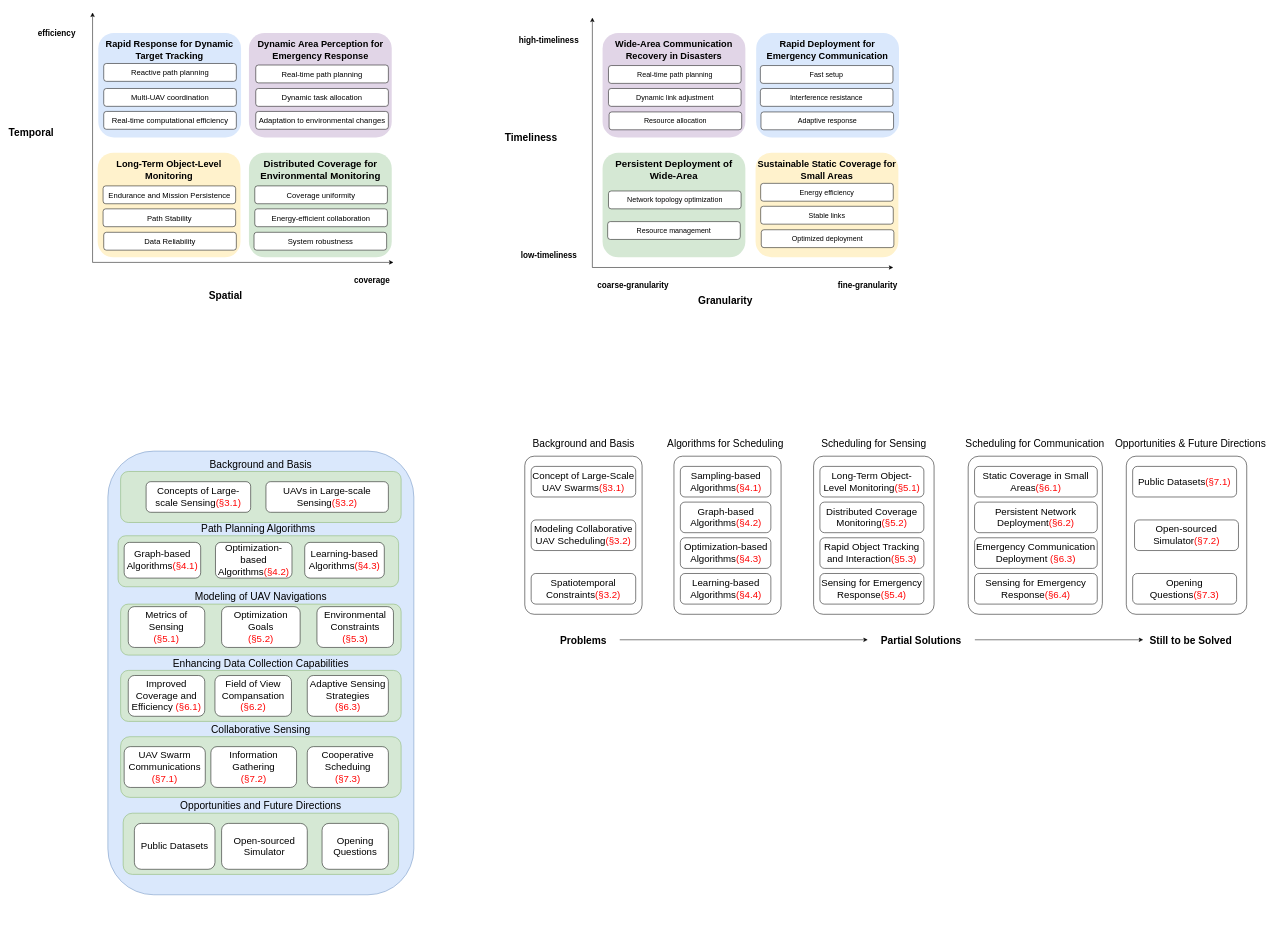
This is survey_uav.drawio from nighood/Diagrams, a draw.io file, before an edit. Source tidied: cells renumbered, new cells numbered last; positions are measured from the earlier drawing's top-left corner, leaving out a move shared by most shapes. Both pictures are drawn from the tidied source at 51%, with x=0, y=0 at pixel (16, 12).
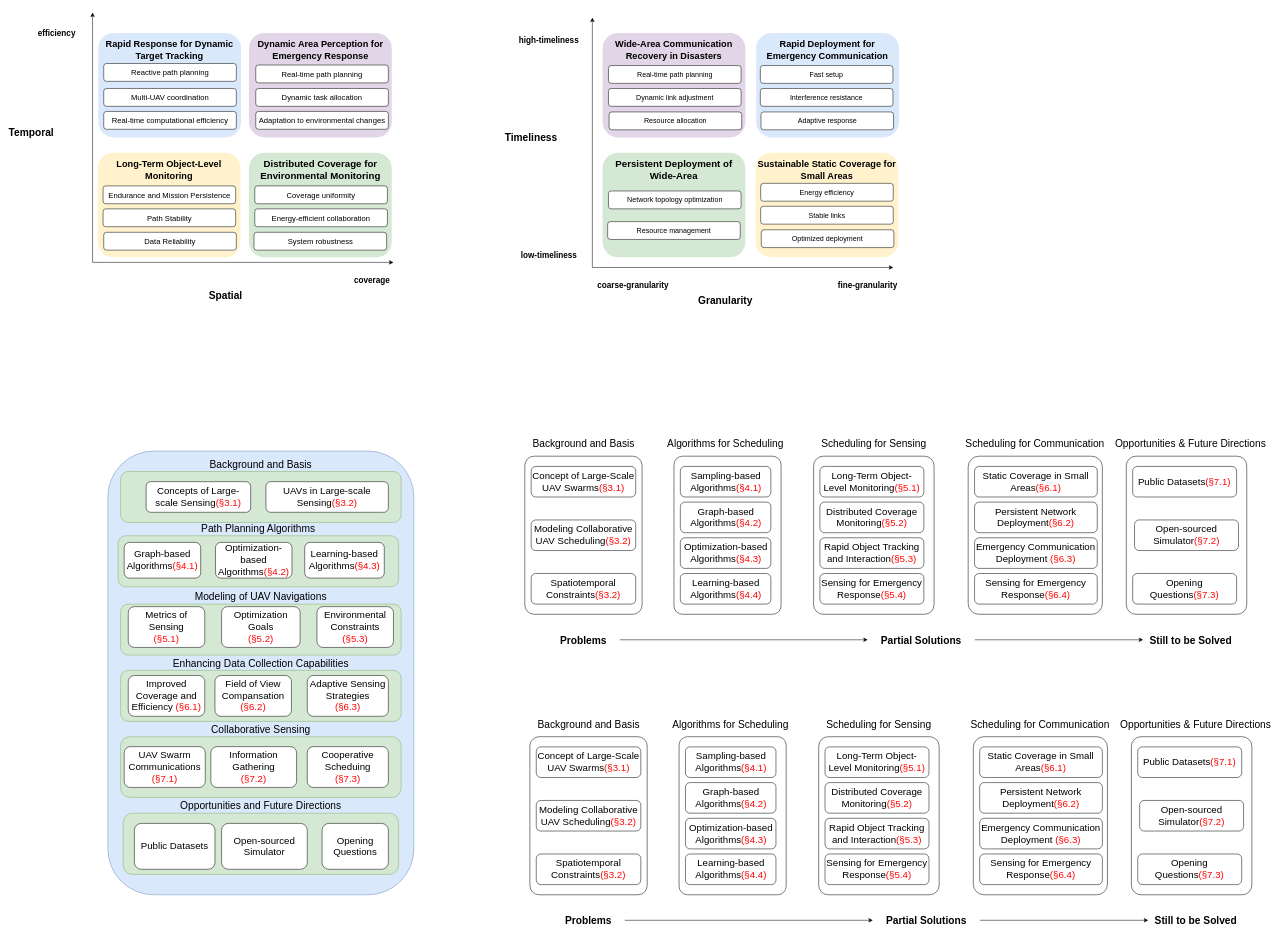
Above is the later version.

Diff of the diagram source:
```diff
@@
+    <mxCell id="104" style="rounded=1;whiteSpace=wrap;html=1;glass=0;arcSize=8;" parent="1" vertex="1">
+      <mxGeometry x="1007.5" y="1420" width="230" height="310" as="geometry" />
+    </mxCell>
+    <mxCell id="105" value="Concept of Large-Scale UAV Swarms&lt;font color=&quot;#ff0000&quot;&gt;(§3.1)&lt;/font&gt;" style="rounded=1;whiteSpace=wrap;html=1;fontSize=19;" parent="1" vertex="1">
+      <mxGeometry x="1020" y="1440" width="205" height="60" as="geometry" />
+    </mxCell>
+    <mxCell id="106" value="Modeling Collaborative UAV Scheduling&lt;font color=&quot;#ff0000&quot;&gt;(§3.2)&lt;/font&gt;" style="rounded=1;whiteSpace=wrap;html=1;fontSize=19;" parent="1" vertex="1">
+      <mxGeometry x="1020" y="1545" width="205" height="60" as="geometry" />
+    </mxCell>
+    <mxCell id="107" value="Spatiotemporal Constraints&lt;font color=&quot;#ff0000&quot;&gt;(§3.2)&lt;/font&gt;" style="rounded=1;whiteSpace=wrap;html=1;fontSize=19;" parent="1" vertex="1">
+      <mxGeometry x="1020" y="1650" width="205" height="60" as="geometry" />
+    </mxCell>
+    <mxCell id="108" value="&lt;span style=&quot;font-size: 20px;&quot;&gt;Background and Basis&lt;/span&gt;" style="text;html=1;align=center;verticalAlign=middle;whiteSpace=wrap;rounded=0;" parent="1" vertex="1">
+      <mxGeometry x="997.5" y="1380" width="250" height="30" as="geometry" />
+    </mxCell>
+    <mxCell id="109" style="rounded=1;whiteSpace=wrap;html=1;glass=0;arcSize=8;" parent="1" vertex="1">
+      <mxGeometry x="1300" y="1420" width="210" height="310" as="geometry" />
+    </mxCell>
+    <mxCell id="110" value="Sampling-based Algorithms&lt;font color=&quot;#ff0000&quot;&gt;(§4.1)&lt;/font&gt;" style="rounded=1;whiteSpace=wrap;html=1;fontSize=19;" parent="1" vertex="1">
+      <mxGeometry x="1312.5" y="1440" width="177.5" height="60" as="geometry" />
+    </mxCell>
+    <mxCell id="111" value="Graph-based Algorithms&lt;font color=&quot;#ff0000&quot;&gt;(§4.2)&lt;/font&gt;" style="rounded=1;whiteSpace=wrap;html=1;fontSize=19;" parent="1" vertex="1">
+      <mxGeometry x="1312.5" y="1510" width="177.5" height="60" as="geometry" />
+    </mxCell>
+    <mxCell id="112" value="Optimization-based Algorithms&lt;font color=&quot;#ff0000&quot;&gt;(§4.3)&lt;/font&gt;" style="rounded=1;whiteSpace=wrap;html=1;fontSize=19;" parent="1" vertex="1">
+      <mxGeometry x="1312.5" y="1580" width="177.5" height="60" as="geometry" />
+    </mxCell>
+    <mxCell id="113" value="&lt;span style=&quot;font-size: 20px;&quot;&gt;Algorithms for Scheduling&lt;/span&gt;" style="text;html=1;align=center;verticalAlign=middle;whiteSpace=wrap;rounded=0;" parent="1" vertex="1">
+      <mxGeometry x="1276.2" y="1380" width="250" height="30" as="geometry" />
+    </mxCell>
+    <mxCell id="114" value="Learning-based Algorithms&lt;font color=&quot;#ff0000&quot;&gt;(§4.4)&lt;/font&gt;" style="rounded=1;whiteSpace=wrap;html=1;fontSize=19;" parent="1" vertex="1">
+      <mxGeometry x="1312.5" y="1650" width="177.5" height="60" as="geometry" />
+    </mxCell>
+    <mxCell id="115" style="rounded=1;whiteSpace=wrap;html=1;glass=0;arcSize=8;" parent="1" vertex="1">
+      <mxGeometry x="1573.8" y="1420" width="236.2" height="310" as="geometry" />
+    </mxCell>
+    <mxCell id="116" value="Long-Term Object-Level Monitoring&lt;font color=&quot;#ff0000&quot;&gt;(§5.1)&lt;/font&gt;" style="rounded=1;whiteSpace=wrap;html=1;fontSize=19;" parent="1" vertex="1">
+      <mxGeometry x="1586.2" y="1440" width="203.8" height="60" as="geometry" />
+    </mxCell>
+    <mxCell id="117" value="Distributed Coverage Monitoring&lt;font color=&quot;#ff0000&quot;&gt;(§5.2)&lt;/font&gt;" style="rounded=1;whiteSpace=wrap;html=1;fontSize=19;" parent="1" vertex="1">
+      <mxGeometry x="1586.2" y="1510" width="203.8" height="60" as="geometry" />
+    </mxCell>
+    <mxCell id="118" value="Rapid Object Tracking and Interaction&lt;font color=&quot;#ff0000&quot;&gt;(§5.3)&lt;/font&gt;" style="rounded=1;whiteSpace=wrap;html=1;fontSize=19;" parent="1" vertex="1">
+      <mxGeometry x="1586.2" y="1580" width="203.8" height="60" as="geometry" />
+    </mxCell>
+    <mxCell id="119" value="&lt;span style=&quot;font-size: 20px;&quot;&gt;Scheduling&amp;nbsp;&lt;/span&gt;&lt;span style=&quot;font-size: 20px;&quot;&gt;for Sensing&lt;/span&gt;" style="text;html=1;align=center;verticalAlign=middle;whiteSpace=wrap;rounded=0;" parent="1" vertex="1">
+      <mxGeometry x="1566.9" y="1380" width="250" height="30" as="geometry" />
+    </mxCell>
+    <mxCell id="120" value="Sensing for Emergency Response&lt;font color=&quot;#ff0000&quot;&gt;(§5.4)&lt;/font&gt;" style="rounded=1;whiteSpace=wrap;html=1;fontSize=19;" parent="1" vertex="1">
+      <mxGeometry x="1586.2" y="1650" width="203.8" height="60" as="geometry" />
+    </mxCell>
+    <mxCell id="121" style="rounded=1;whiteSpace=wrap;html=1;glass=0;arcSize=8;" parent="1" vertex="1">
+      <mxGeometry x="1876.9" y="1420" width="263.1" height="310" as="geometry" />
+    </mxCell>
+    <mxCell id="122" value="Static Coverage in Small Areas&lt;font color=&quot;#ff0000&quot;&gt;(§6.1)&lt;/font&gt;" style="rounded=1;whiteSpace=wrap;html=1;fontSize=19;" parent="1" vertex="1">
+      <mxGeometry x="1889.4" y="1440" width="240.6" height="60" as="geometry" />
+    </mxCell>
+    <mxCell id="123" value="Persistent Network Deployment&lt;font color=&quot;#ff0000&quot;&gt;(§6.2)&lt;/font&gt;" style="rounded=1;whiteSpace=wrap;html=1;fontSize=19;" parent="1" vertex="1">
+      <mxGeometry x="1889.4" y="1510" width="240.6" height="60" as="geometry" />
+    </mxCell>
+    <mxCell id="124" value="Emergency Communication Deployment&amp;nbsp;&lt;font color=&quot;#ff0000&quot;&gt;(§6.3)&lt;/font&gt;" style="rounded=1;whiteSpace=wrap;html=1;fontSize=19;" parent="1" vertex="1">
+      <mxGeometry x="1889.4" y="1580" width="240.6" height="60" as="geometry" />
+    </mxCell>
+    <mxCell id="125" value="&lt;span style=&quot;font-size: 20px;&quot;&gt;Scheduling&amp;nbsp;&lt;/span&gt;&lt;span style=&quot;font-size: 20px;&quot;&gt;for Communication&lt;/span&gt;" style="text;html=1;align=center;verticalAlign=middle;whiteSpace=wrap;rounded=0;" parent="1" vertex="1">
+      <mxGeometry x="1863.4" y="1380" width="290" height="30" as="geometry" />
+    </mxCell>
+    <mxCell id="126" value="Sensing for Emergency Response&lt;font color=&quot;#ff0000&quot;&gt;(§6.4)&lt;/font&gt;" style="rounded=1;whiteSpace=wrap;html=1;fontSize=19;" parent="1" vertex="1">
+      <mxGeometry x="1889.4" y="1650" width="240.6" height="60" as="geometry" />
+    </mxCell>
+    <mxCell id="127" style="rounded=1;whiteSpace=wrap;html=1;glass=0;arcSize=8;" parent="1" vertex="1">
+      <mxGeometry x="2186.9" y="1420" width="236.2" height="310" as="geometry" />
+    </mxCell>
+    <mxCell id="128" value="Public Datasets&lt;font color=&quot;#ff0000&quot;&gt;(§7.1)&lt;/font&gt;" style="rounded=1;whiteSpace=wrap;html=1;fontSize=19;" parent="1" vertex="1">
+      <mxGeometry x="2199.4" y="1440" width="203.8" height="60" as="geometry" />
+    </mxCell>
+    <mxCell id="129" value="Open-sourced Simulator&lt;font color=&quot;#ff0000&quot;&gt;(§7.2)&lt;/font&gt;" style="rounded=1;whiteSpace=wrap;html=1;fontSize=19;" parent="1" vertex="1">
+      <mxGeometry x="2203.1" y="1545" width="203.8" height="60" as="geometry" />
+    </mxCell>
+    <mxCell id="130" value="&lt;span style=&quot;font-size: 20px;&quot;&gt;Opportunities &amp;amp; Future Directions&lt;/span&gt;" style="text;html=1;align=center;verticalAlign=middle;whiteSpace=wrap;rounded=0;" parent="1" vertex="1">
+      <mxGeometry x="2153.4" y="1380" width="320" height="30" as="geometry" />
+    </mxCell>
+    <mxCell id="131" value="Opening Questions&lt;font color=&quot;#ff0000&quot;&gt;(§7.3)&lt;/font&gt;" style="rounded=1;whiteSpace=wrap;html=1;fontSize=19;" parent="1" vertex="1">
+      <mxGeometry x="2199.4" y="1650" width="203.8" height="60" as="geometry" />
+    </mxCell>
+    <mxCell id="132" style="edgeStyle=orthogonalEdgeStyle;rounded=0;jettySize=auto;html=1;exitX=1;exitY=0.5;exitDx=0;exitDy=0;" parent="1" edge="1" source="133" target="135">
+      <mxGeometry relative="1" as="geometry" />
+    </mxCell>
+    <mxCell id="133" value="&lt;span style=&quot;font-size: 20px;&quot;&gt;&lt;b&gt;Problems&lt;/b&gt;&lt;/span&gt;" style="text;html=1;align=center;verticalAlign=middle;whiteSpace=wrap;rounded=0;" parent="1" vertex="1">
+      <mxGeometry x="1051.2" y="1765" width="142.5" height="30" as="geometry" />
+    </mxCell>
+    <mxCell id="134" style="edgeStyle=orthogonalEdgeStyle;rounded=0;jettySize=auto;html=1;exitX=1;exitY=0.5;exitDx=0;exitDy=0;entryX=0;entryY=0.5;entryDx=0;entryDy=0;" parent="1" edge="1" source="135" target="136">
+      <mxGeometry relative="1" as="geometry" />
+    </mxCell>
+    <mxCell id="135" value="&lt;span style=&quot;font-size: 20px;&quot;&gt;&lt;b&gt;Partial Solutions&lt;/b&gt;&lt;/span&gt;" style="text;html=1;align=center;verticalAlign=middle;whiteSpace=wrap;rounded=0;" parent="1" vertex="1">
+      <mxGeometry x="1680" y="1765" width="210" height="30" as="geometry" />
+    </mxCell>
+    <mxCell id="136" value="&lt;span style=&quot;font-size: 20px;&quot;&gt;&lt;b&gt;Still to be Solved&lt;/b&gt;&lt;/span&gt;" style="text;html=1;align=center;verticalAlign=middle;whiteSpace=wrap;rounded=0;" parent="1" vertex="1">
+      <mxGeometry x="2220" y="1765" width="186.9" height="30" as="geometry" />
+    </mxCell>
```
